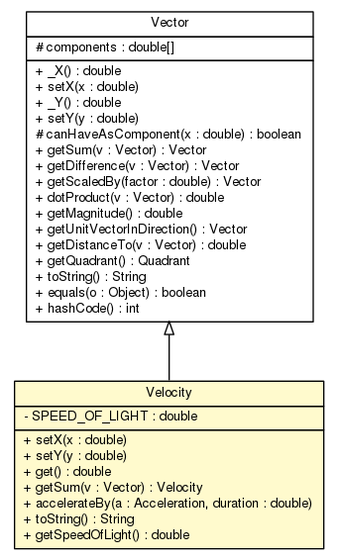
Above: doc/world/physics/vector/Velocity.png in sinopeus/asteroids (Graphviz), before the change. Its source is kept beside it as doc/world/physics/vector/Velocity.dot.
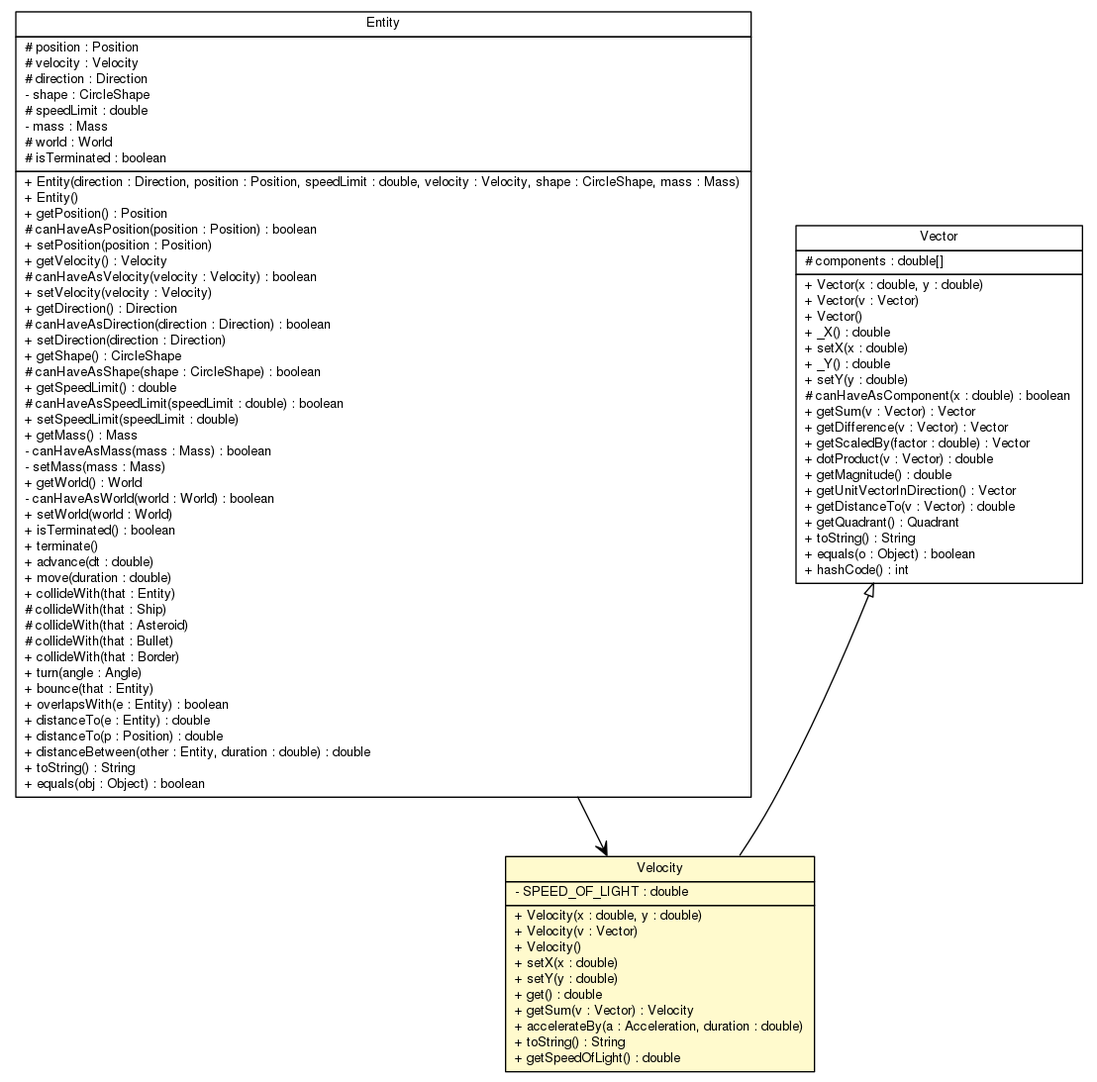
The same file after the commit.

Diff of the diagram source:
```diff
@@ -4,7 +4,63 @@
 	node [fontname="Helvetica",fontsize=10,shape=plaintext];
 	nodesep=0.25;
 	ranksep=0.5;
-	c17662 [label=<<table title="world.physics.vector.Velocity" border="0" cellborder="1" cellspacing="0" cellpadding="2" port="p" bgcolor="lemonChiffon" href="./Velocity.html">
+	c17702 [label=<<table title="world.entity.Entity" border="0" cellborder="1" cellspacing="0" cellpadding="2" port="p" href="../../entity/Entity.html">
+		<tr><td><table border="0" cellspacing="0" cellpadding="1">
+<tr><td align="center" balign="center"> Entity </td></tr>
+		</table></td></tr>
+		<tr><td><table border="0" cellspacing="0" cellpadding="1">
+<tr><td align="left" balign="left"> # position : Position </td></tr>
+<tr><td align="left" balign="left"> # velocity : Velocity </td></tr>
+<tr><td align="left" balign="left"> # direction : Direction </td></tr>
+<tr><td align="left" balign="left"> - shape : CircleShape </td></tr>
+<tr><td align="left" balign="left"> # speedLimit : double </td></tr>
+<tr><td align="left" balign="left"> - mass : Mass </td></tr>
+<tr><td align="left" balign="left"> # world : World </td></tr>
+<tr><td align="left" balign="left"> # isTerminated : boolean </td></tr>
+		</table></td></tr>
+		<tr><td><table border="0" cellspacing="0" cellpadding="1">
+<tr><td align="left" balign="left"> + Entity(direction : Direction, position : Position, speedLimit : double, velocity : Velocity, shape : CircleShape, mass : Mass) </td></tr>
+<tr><td align="left" balign="left"> + Entity() </td></tr>
+<tr><td align="left" balign="left"> + getPosition() : Position </td></tr>
+<tr><td align="left" balign="left"> # canHaveAsPosition(position : Position) : boolean </td></tr>
+<tr><td align="left" balign="left"> + setPosition(position : Position) </td></tr>
+<tr><td align="left" balign="left"> + getVelocity() : Velocity </td></tr>
+<tr><td align="left" balign="left"> # canHaveAsVelocity(velocity : Velocity) : boolean </td></tr>
+<tr><td align="left" balign="left"> + setVelocity(velocity : Velocity) </td></tr>
+<tr><td align="left" balign="left"> + getDirection() : Direction </td></tr>
+<tr><td align="left" balign="left"> # canHaveAsDirection(direction : Direction) : boolean </td></tr>
+<tr><td align="left" balign="left"> + setDirection(direction : Direction) </td></tr>
+<tr><td align="left" balign="left"> + getShape() : CircleShape </td></tr>
+<tr><td align="left" balign="left"> # canHaveAsShape(shape : CircleShape) : boolean </td></tr>
+<tr><td align="left" balign="left"> + getSpeedLimit() : double </td></tr>
+<tr><td align="left" balign="left"> # canHaveAsSpeedLimit(speedLimit : double) : boolean </td></tr>
+<tr><td align="left" balign="left"> + setSpeedLimit(speedLimit : double) </td></tr>
+<tr><td align="left" balign="left"> + getMass() : Mass </td></tr>
+<tr><td align="left" balign="left"> - canHaveAsMass(mass : Mass) : boolean </td></tr>
+<tr><td align="left" balign="left"> - setMass(mass : Mass) </td></tr>
+<tr><td align="left" balign="left"> + getWorld() : World </td></tr>
+<tr><td align="left" balign="left"> - canHaveAsWorld(world : World) : boolean </td></tr>
+<tr><td align="left" balign="left"> + setWorld(world : World) </td></tr>
+<tr><td align="left" balign="left"> + isTerminated() : boolean </td></tr>
+<tr><td align="left" balign="left"> + terminate() </td></tr>
+<tr><td align="left" balign="left"> + advance(dt : double) </td></tr>
+<tr><td align="left" balign="left"> + move(duration : double) </td></tr>
+<tr><td align="left" balign="left"> + collideWith(that : Entity) </td></tr>
+<tr><td align="left" balign="left"> # collideWith(that : Ship) </td></tr>
+<tr><td align="left" balign="left"> # collideWith(that : Asteroid) </td></tr>
+<tr><td align="left" balign="left"> # collideWith(that : Bullet) </td></tr>
+<tr><td align="left" balign="left"> + collideWith(that : Border) </td></tr>
+<tr><td align="left" balign="left"> + turn(angle : Angle) </td></tr>
+<tr><td align="left" balign="left"> + bounce(that : Entity) </td></tr>
+<tr><td align="left" balign="left"> + overlapsWith(e : Entity) : boolean </td></tr>
+<tr><td align="left" balign="left"> + distanceTo(e : Entity) : double </td></tr>
+<tr><td align="left" balign="left"> + distanceTo(p : Position) : double </td></tr>
+<tr><td align="left" balign="left"> + distanceBetween(other : Entity, duration : double) : double </td></tr>
+<tr><td align="left" balign="left"> + toString() : String </td></tr>
+<tr><td align="left" balign="left"> + equals(obj : Object) : boolean </td></tr>
+		</table></td></tr>
+		</table>>, URL="../../entity/Entity.html", fontname="Helvetica", fontcolor="black", fontsize=10.0];
+	c17717 [label=<<table title="world.physics.vector.Velocity" border="0" cellborder="1" cellspacing="0" cellpadding="2" port="p" bgcolor="lemonChiffon" href="./Velocity.html">
 		<tr><td><table border="0" cellspacing="0" cellpadding="1">
 <tr><td align="center" balign="center"> Velocity </td></tr>
 		</table></td></tr>
@@ -12,6 +68,9 @@
 <tr><td align="left" balign="left"> - SPEED_OF_LIGHT : double </td></tr>
 		</table></td></tr>
 		<tr><td><table border="0" cellspacing="0" cellpadding="1">
+<tr><td align="left" balign="left"> + Velocity(x : double, y : double) </td></tr>
+<tr><td align="left" balign="left"> + Velocity(v : Vector) </td></tr>
+<tr><td align="left" balign="left"> + Velocity() </td></tr>
 <tr><td align="left" balign="left"> + setX(x : double) </td></tr>
 <tr><td align="left" balign="left"> + setY(y : double) </td></tr>
 <tr><td align="left" balign="left"> + get() : double </td></tr>
@@ -21,7 +80,7 @@
 <tr><td align="left" balign="left"> + getSpeedOfLight() : double </td></tr>
 		</table></td></tr>
 		</table>>, URL="./Velocity.html", fontname="Helvetica", fontcolor="black", fontsize=10.0];
-	c17665 [label=<<table title="world.physics.vector.Vector" border="0" cellborder="1" cellspacing="0" cellpadding="2" port="p" href="./Vector.html">
+	c17720 [label=<<table title="world.physics.vector.Vector" border="0" cellborder="1" cellspacing="0" cellpadding="2" port="p" href="./Vector.html">
 		<tr><td><table border="0" cellspacing="0" cellpadding="1">
 <tr><td align="center" balign="center"> Vector </td></tr>
 		</table></td></tr>
@@ -29,6 +88,9 @@
 <tr><td align="left" balign="left"> # components : double[] </td></tr>
 		</table></td></tr>
 		<tr><td><table border="0" cellspacing="0" cellpadding="1">
+<tr><td align="left" balign="left"> + Vector(x : double, y : double) </td></tr>
+<tr><td align="left" balign="left"> + Vector(v : Vector) </td></tr>
+<tr><td align="left" balign="left"> + Vector() </td></tr>
 <tr><td align="left" balign="left"> + _X() : double </td></tr>
 <tr><td align="left" balign="left"> + setX(x : double) </td></tr>
 <tr><td align="left" balign="left"> + _Y() : double </td></tr>
@@ -47,5 +109,6 @@
 <tr><td align="left" balign="left"> + hashCode() : int </td></tr>
 		</table></td></tr>
 		</table>>, URL="./Vector.html", fontname="Helvetica", fontcolor="black", fontsize=10.0];
-	c17665:p -> c17662:p [dir=back,arrowtail=empty];
+	c17720:p -> c17717:p [dir=back,arrowtail=empty];
+	c17702:p -> c17717:p [taillabel="", label="", headlabel="", fontname="Helvetica", fontcolor="black", fontsize=10.0, color="black", arrowhead=open];
 }
```
